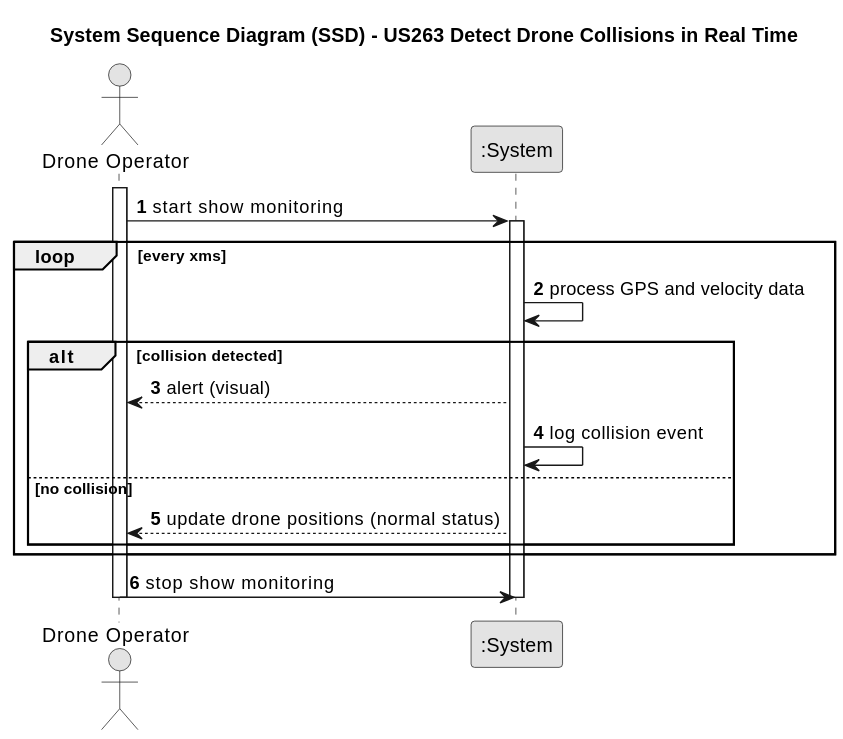
Above: docs/planning/sprint2/SCOMP/project/documentation/US263 -  Detect drone collisions in real time/01.requirements-engineering/svg/us263-sequence-diagram-System_Sequence_Diagram__SSD____US263_Detect_Drone_Collisions_in_Real_Time.svg in SAEmanuel/Shodrone_ISEP (PlantUML), before the change.
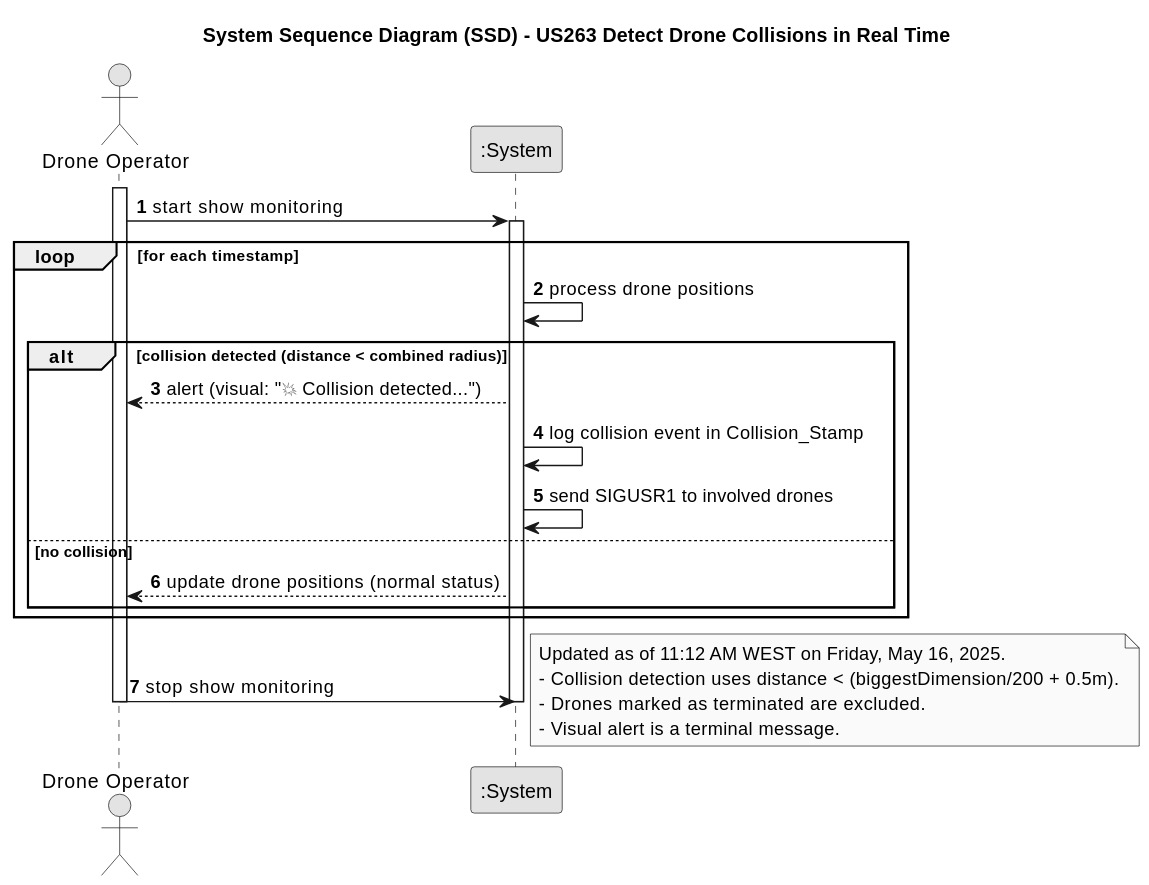
The same diagram one commit later.

Commit message:
[US263 - 1.Requirements Engineering - Issue #1/#3/#19] Requirements Engineering for drone collision in real time small modifications

The edit, as a diff of the source:
```diff
@@ -15,11 +15,12 @@
 Operator -> System: start show monitoring
 activate System
 
-loop every xms
-System -> System: process GPS and velocity data
-alt collision detected
-System --> Operator: alert (visual)
-System -> System: log collision event
+loop for each timestamp
+System -> System: process drone positions
+alt collision detected (distance < combined radius)
+System --> Operator: alert (visual: "💥 Collision detected...")
+System -> System: log collision event in Collision_Stamp
+System -> System: send SIGUSR1 to involved drones
 else no collision
 System --> Operator: update drone positions (normal status)
 end alt
@@ -29,4 +30,6 @@
 deactivate System
 
 deactivate Operator
+
+note right: Updated as of 11:12 AM WEST on Friday, May 16, 2025.\n- Collision detection uses distance < (biggestDimension/200 + 0.5m).\n- Drones marked as terminated are excluded.\n- Visual alert is a terminal message.
 @enduml
```
